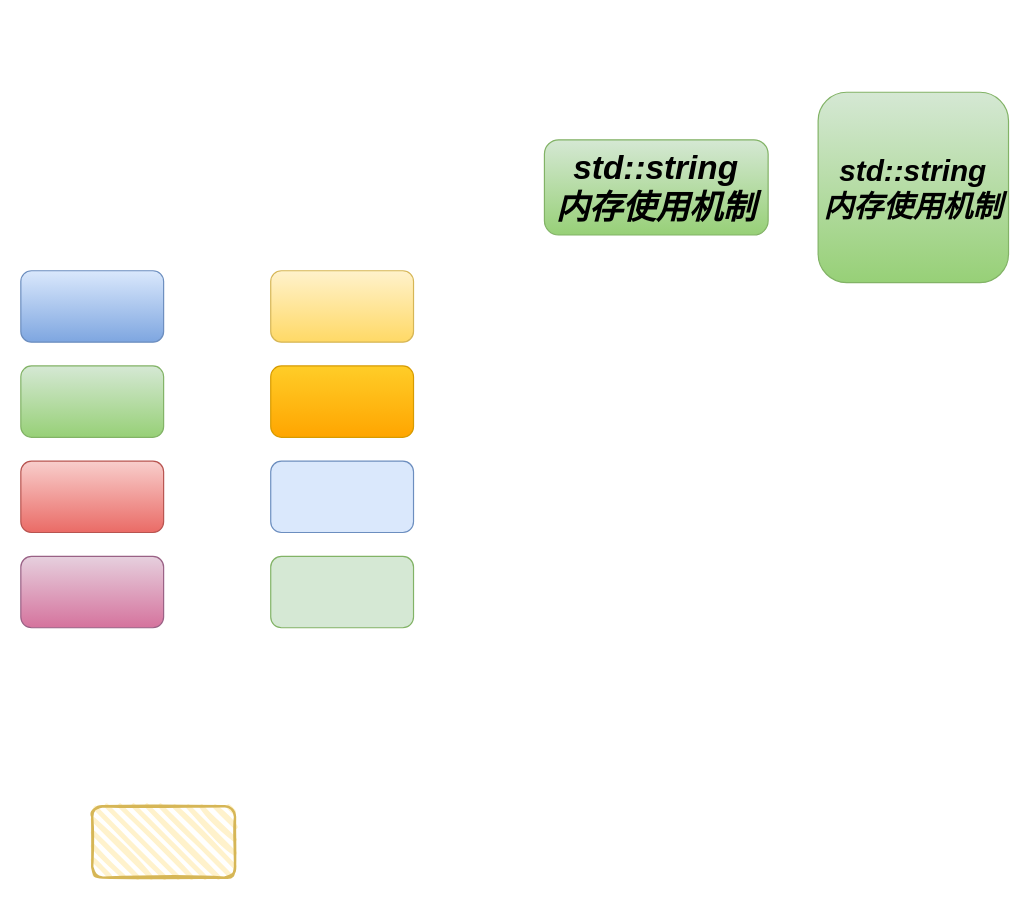
This is 测试.drawio from wangxiaokun/mypic, a draw.io file, before an edit. Source tidied: cells renumbered, new cells numbered last; positions are measured from the earlier drawing's top-left corner, leaving out a move shared by most shapes. Both pictures are drawn from the tidied source at 119%, with x=0, y=0 at pixel (20, 92).
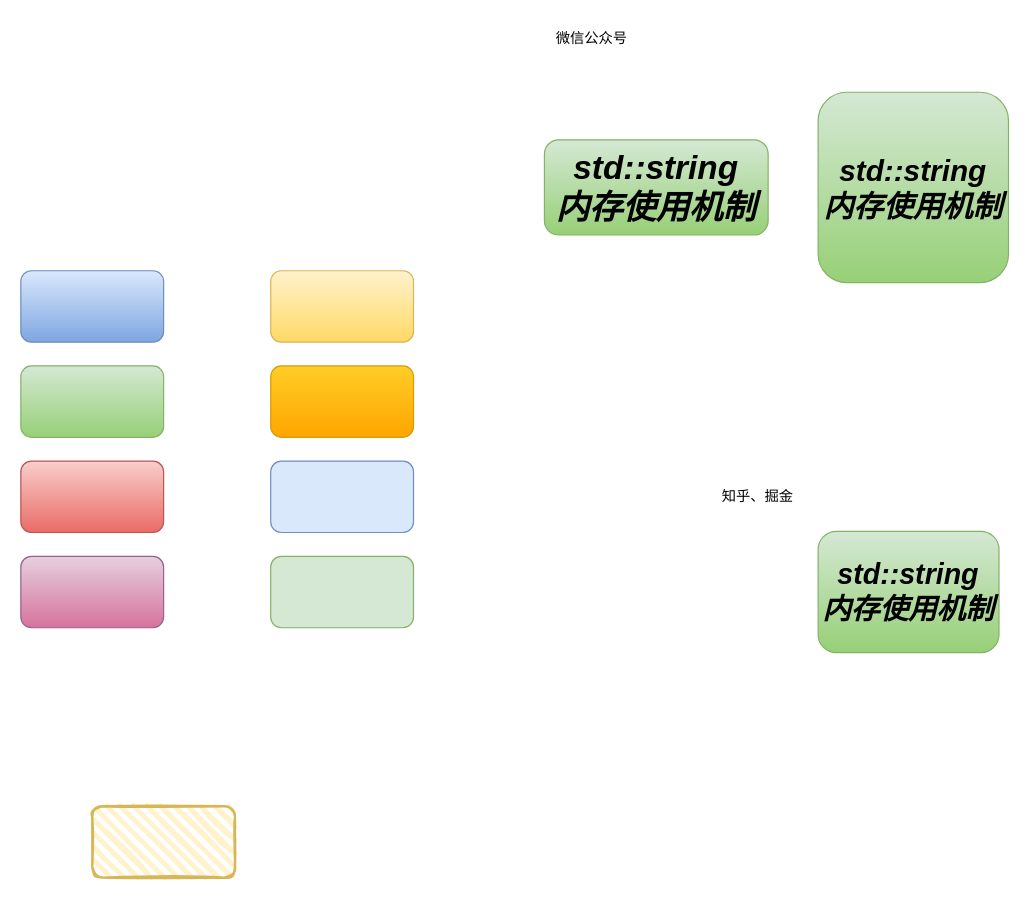
The same page after the edit.

What changed in the source:
```diff
@@
 <mxGraphModel>
   <root>
     <mxCell id="0" />
     <mxCell id="1" parent="0" />
     <mxCell id="2" style="rounded=1;whiteSpace=wrap;html=1;fillColor=#dae8fc;gradientColor=#7ea6e0;strokeColor=#6c8ebf;" parent="1" vertex="1">
       <mxGeometry y="150" width="120" height="60" as="geometry" />
     </mxCell>
     <mxCell id="3" style="rounded=1;whiteSpace=wrap;html=1;fillColor=#fff2cc;gradientColor=#ffd966;strokeColor=#d6b656;" parent="1" vertex="1">
       <mxGeometry x="210" y="150" width="120" height="60" as="geometry" />
     </mxCell>
     <mxCell id="4" style="rounded=1;whiteSpace=wrap;html=1;fillColor=#d5e8d4;gradientColor=#97d077;strokeColor=#82b366;" parent="1" vertex="1">
       <mxGeometry y="230" width="120" height="60" as="geometry" />
     </mxCell>
     <mxCell id="5" style="rounded=1;whiteSpace=wrap;html=1;fillColor=#e6d0de;gradientColor=#d5739d;strokeColor=#996185;" parent="1" vertex="1">
       <mxGeometry y="390" width="120" height="60" as="geometry" />
     </mxCell>
     <mxCell id="6" style="rounded=1;whiteSpace=wrap;html=1;fillColor=#f8cecc;gradientColor=#ea6b66;strokeColor=#b85450;" parent="1" vertex="1">
       <mxGeometry y="310" width="120" height="60" as="geometry" />
     </mxCell>
     <mxCell id="7" style="rounded=1;whiteSpace=wrap;html=1;fillColor=#ffcd28;gradientColor=#ffa500;strokeColor=#d79b00;" parent="1" vertex="1">
       <mxGeometry x="210" y="230" width="120" height="60" as="geometry" />
     </mxCell>
     <mxCell id="8" style="rounded=1;whiteSpace=wrap;html=1;fillColor=#dae8fc;strokeColor=#6c8ebf;" parent="1" vertex="1">
       <mxGeometry x="210" y="310" width="120" height="60" as="geometry" />
     </mxCell>
     <mxCell id="9" style="rounded=1;whiteSpace=wrap;html=1;fillColor=#d5e8d4;strokeColor=#82b366;" parent="1" vertex="1">
       <mxGeometry x="210" y="390" width="120" height="60" as="geometry" />
     </mxCell>
     <mxCell id="10" style="rounded=1;whiteSpace=wrap;html=1;strokeWidth=2;fillWeight=4;hachureGap=8;hachureAngle=45;fillColor=#fff2cc;sketch=1;strokeColor=#d6b656;" parent="1" vertex="1">
       <mxGeometry x="60" y="600" width="120" height="60" as="geometry" />
     </mxCell>
     <mxCell id="11" value="std::string&lt;div&gt;内存使用机制&lt;/div&gt;" style="rounded=1;whiteSpace=wrap;html=1;fillColor=#d5e8d4;gradientColor=#97d077;strokeColor=#82b366;fontStyle=3;fontSize=28;" parent="1" vertex="1">
       <mxGeometry x="440" y="40" width="188" height="80" as="geometry" />
     </mxCell>
     <mxCell id="12" value="&lt;i&gt;&lt;b&gt;&lt;font style=&quot;font-size: 25px;&quot;&gt;std::string&lt;/font&gt;&lt;/b&gt;&lt;/i&gt;&lt;div&gt;&lt;i&gt;&lt;b&gt;&lt;font style=&quot;font-size: 25px;&quot;&gt;内存使用机制&lt;/font&gt;&lt;/b&gt;&lt;/i&gt;&lt;/div&gt;" style="rounded=1;whiteSpace=wrap;html=1;fillColor=#d5e8d4;gradientColor=#97d077;strokeColor=#82b366;" parent="1" vertex="1">
       <mxGeometry x="670" width="160" height="160" as="geometry" />
     </mxCell>
+    <mxCell id="13" value="std::string&lt;div&gt;内存使用机制&lt;/div&gt;" style="rounded=1;whiteSpace=wrap;html=1;fillColor=#d5e8d4;gradientColor=#97d077;strokeColor=#82b366;fontStyle=3;fontSize=24;" parent="1" vertex="1">
+      <mxGeometry x="670" y="369" width="152" height="102" as="geometry" />
+    </mxCell>
+    <mxCell id="14" value="微信公众号" style="text;html=1;whiteSpace=wrap;strokeColor=none;fillColor=none;align=center;verticalAlign=middle;rounded=0;" parent="1" vertex="1">
+      <mxGeometry x="430" y="-60" width="100" height="30" as="geometry" />
+    </mxCell>
+    <mxCell id="15" value="知乎、掘金" style="text;html=1;whiteSpace=wrap;strokeColor=none;fillColor=none;align=center;verticalAlign=middle;rounded=0;" parent="1" vertex="1">
+      <mxGeometry x="569" y="325" width="101" height="30" as="geometry" />
+    </mxCell>
   </root>
 </mxGraphModel>
```
